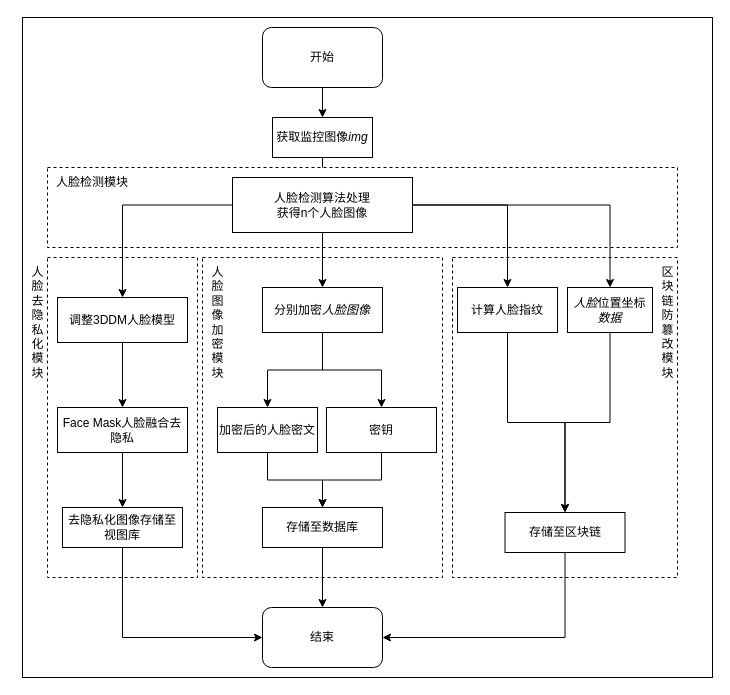
Earlier version of the draw.io diagram page "正向过程" (3 of 6) of face-chain/facechain.drawio (FadingLight9291117/draw.io). Source tidied: cells renumbered, new cells numbered last; positions are measured from the earlier drawing's top-left corner, leaving out a move shared by most shapes. Both pictures are drawn from the tidied source at 100%, with x=0, y=0 at pixel (17, 17).
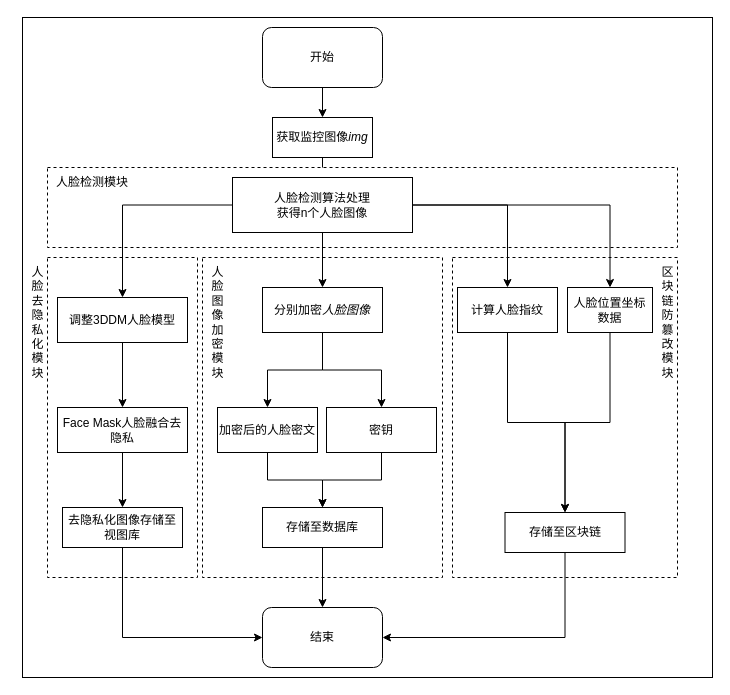
The same diagram, later.

Diff of the diagram source:
```diff
@@
-    <mxCell id="32" value="&lt;i&gt;人脸&lt;/i&gt;位置坐标&lt;i&gt;数据&lt;/i&gt;" style="rounded=0;whiteSpace=wrap;html=1;" parent="1" vertex="1">
+    <mxCell id="32" value="人脸位置坐标数据" style="rounded=0;whiteSpace=wrap;html=1;" parent="1" vertex="1">
       <mxGeometry x="550" y="270" width="85" height="45" as="geometry" />
     </mxCell>
```
